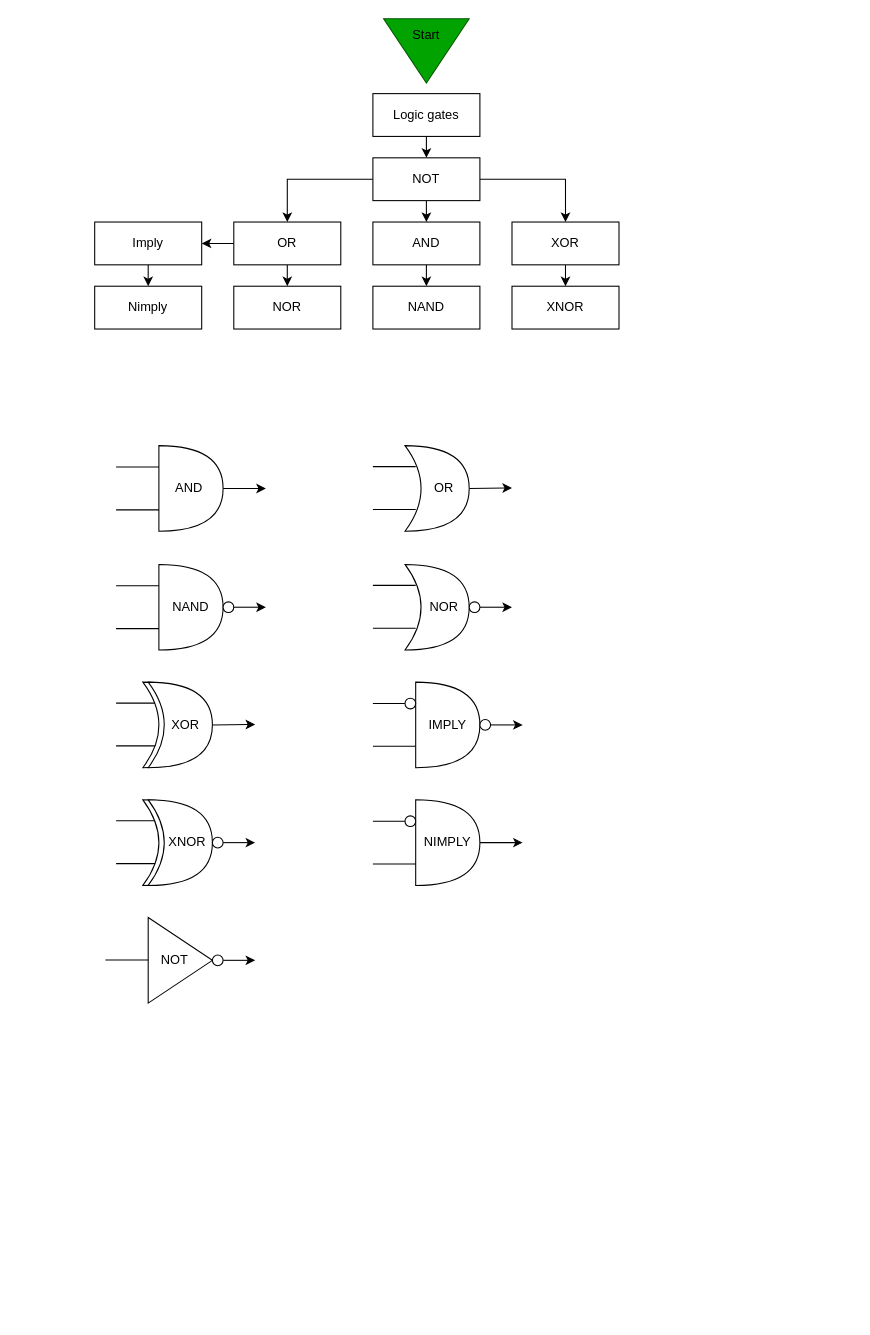
Above: page "Logic Gates" (3 of 5) of Lesson Diagram.drawio in Kuggo/UnivOREsity (draw.io), before the change. Source tidied: cells renumbered, new cells numbered last; positions are measured from the earlier drawing's top-left corner, leaving out a move shared by most shapes. Both pictures are drawn from the tidied source at 107%, with x=0, y=0 at pixel (94, 7).
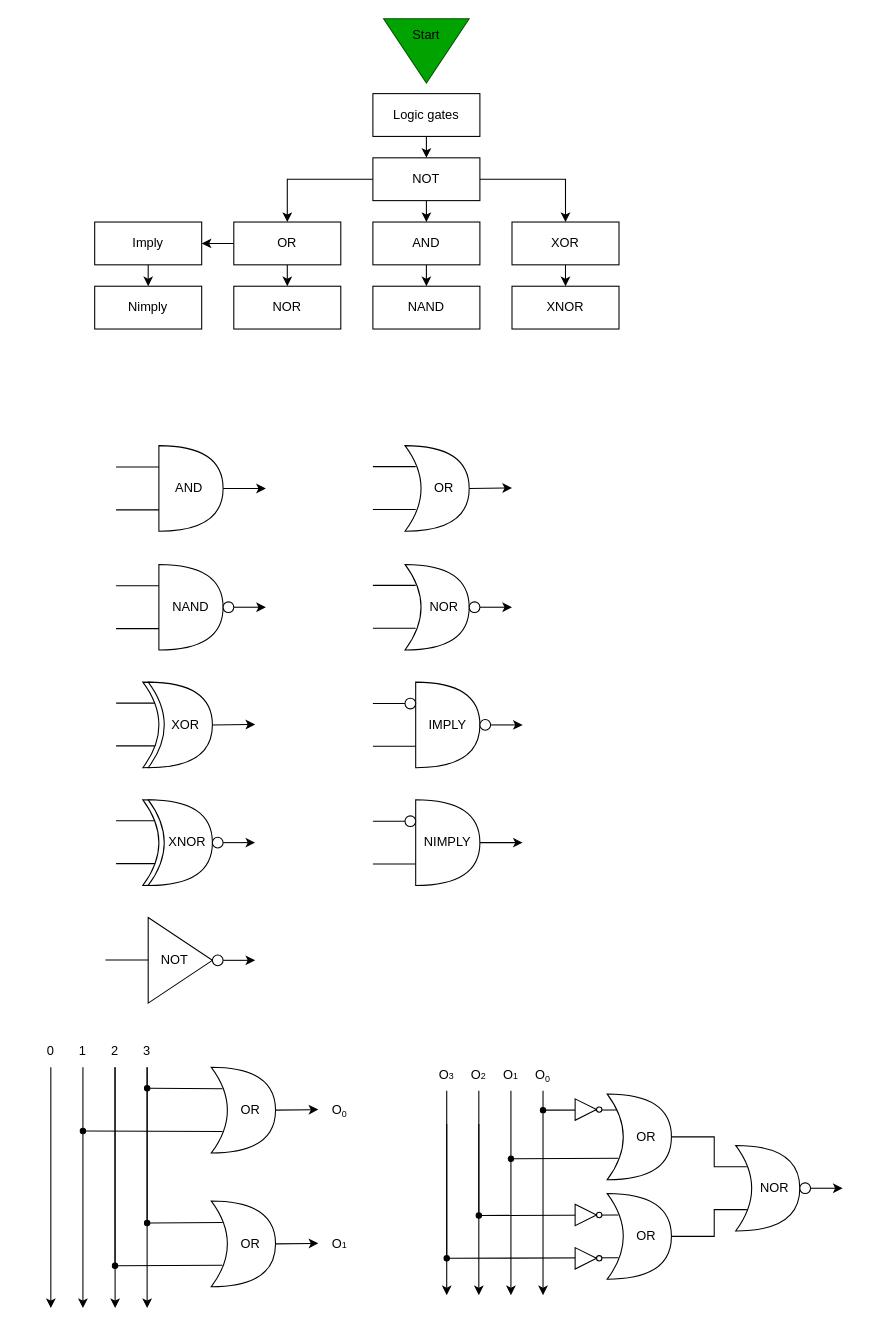
Above is the later version.

The edit, as a diff of the source:
```diff
@@
+    <mxCell id="67" style="edgeStyle=orthogonalEdgeStyle;rounded=0;jettySize=auto;html=1;exitX=1;exitY=0.5;exitDx=0;exitDy=0;exitPerimeter=0;" parent="1" edge="1" source="68">
+      <mxGeometry relative="1" as="geometry">
+        <mxPoint x="209" y="1029.5" as="targetPoint" />
+      </mxGeometry>
+    </mxCell>
+    <mxCell id="68" value="&amp;nbsp; &amp;nbsp; OR" style="shape=xor;whiteSpace=wrap;html=1;" parent="1" vertex="1">
+      <mxGeometry x="109" y="990" width="60" height="80" as="geometry" />
+    </mxCell>
+    <mxCell id="69" style="edgeStyle=orthogonalEdgeStyle;rounded=0;jettySize=auto;html=1;" parent="1" edge="1" source="70">
+      <mxGeometry relative="1" as="geometry">
+        <mxPoint x="-41" y="1215" as="targetPoint" />
+      </mxGeometry>
+    </mxCell>
+    <mxCell id="70" value="0" style="text;html=1;strokeColor=none;fillColor=none;align=center;verticalAlign=middle;whiteSpace=wrap;rounded=0;" parent="1" vertex="1">
+      <mxGeometry x="-71" y="960" width="60" height="30" as="geometry" />
+    </mxCell>
+    <mxCell id="71" style="edgeStyle=orthogonalEdgeStyle;rounded=0;jettySize=auto;html=1;startArrow=none;" parent="1" edge="1" source="80">
+      <mxGeometry relative="1" as="geometry">
+        <mxPoint x="-11" y="1215" as="targetPoint" />
+      </mxGeometry>
+    </mxCell>
+    <mxCell id="72" value="1" style="text;html=1;strokeColor=none;fillColor=none;align=center;verticalAlign=middle;whiteSpace=wrap;rounded=0;" parent="1" vertex="1">
+      <mxGeometry x="-41" y="960" width="60" height="30" as="geometry" />
+    </mxCell>
+    <mxCell id="73" value="2" style="text;html=1;strokeColor=none;fillColor=none;align=center;verticalAlign=middle;whiteSpace=wrap;rounded=0;" parent="1" vertex="1">
+      <mxGeometry x="-11" y="960" width="60" height="30" as="geometry" />
+    </mxCell>
+    <mxCell id="74" style="edgeStyle=orthogonalEdgeStyle;rounded=0;jettySize=auto;html=1;exitX=0;exitY=1;exitDx=0;exitDy=0;" parent="1" edge="1" source="76">
+      <mxGeometry relative="1" as="geometry">
+        <mxPoint x="19.1" y="1215" as="targetPoint" />
+      </mxGeometry>
+    </mxCell>
+    <mxCell id="75" style="edgeStyle=orthogonalEdgeStyle;rounded=0;jettySize=auto;html=1;" parent="1" edge="1" source="76">
+      <mxGeometry relative="1" as="geometry">
+        <mxPoint x="49" y="1215" as="targetPoint" />
+      </mxGeometry>
+    </mxCell>
+    <mxCell id="76" value="3" style="text;html=1;strokeColor=none;fillColor=none;align=center;verticalAlign=middle;whiteSpace=wrap;rounded=0;" parent="1" vertex="1">
+      <mxGeometry x="19" y="960" width="60" height="30" as="geometry" />
+    </mxCell>
+    <mxCell id="77" style="edgeStyle=orthogonalEdgeStyle;rounded=0;jettySize=auto;html=1;exitX=1;exitY=0.5;exitDx=0;exitDy=0;exitPerimeter=0;" parent="1" edge="1" source="78">
+      <mxGeometry relative="1" as="geometry">
+        <mxPoint x="209" y="1154.5" as="targetPoint" />
+      </mxGeometry>
+    </mxCell>
+    <mxCell id="78" value="&amp;nbsp; &amp;nbsp; OR" style="shape=xor;whiteSpace=wrap;html=1;" parent="1" vertex="1">
+      <mxGeometry x="109" y="1115" width="60" height="80" as="geometry" />
+    </mxCell>
+    <mxCell id="79" style="edgeStyle=orthogonalEdgeStyle;rounded=0;jettySize=auto;html=1;endArrow=none;" parent="1" edge="1" source="72" target="80">
+      <mxGeometry relative="1" as="geometry" />
+    </mxCell>
+    <mxCell id="80" style="ellipse;whiteSpace=wrap;html=1;labelBackgroundColor=none;fillColor=#000000;" parent="1" vertex="1">
+      <mxGeometry x="-13.5" y="1047" width="5" height="5" as="geometry" />
+    </mxCell>
+    <mxCell id="81" style="edgeStyle=orthogonalEdgeStyle;rounded=0;jettySize=auto;html=1;entryX=0.175;entryY=0.25;entryDx=0;entryDy=0;entryPerimeter=0;endArrow=none;" parent="1" edge="1" source="76" target="83">
+      <mxGeometry relative="1" as="geometry">
+        <Array as="points">
+          <mxPoint x="49" y="1136" />
+        </Array>
+      </mxGeometry>
+    </mxCell>
+    <mxCell id="82" style="ellipse;whiteSpace=wrap;html=1;fillColor=#000000;" parent="1" vertex="1">
+      <mxGeometry x="46.5" y="1007" width="5" height="5" as="geometry" />
+    </mxCell>
+    <mxCell id="83" style="ellipse;whiteSpace=wrap;html=1;fillColor=#000000;" parent="1" vertex="1">
+      <mxGeometry x="46.5" y="1133" width="5" height="5" as="geometry" />
+    </mxCell>
+    <mxCell id="84" style="edgeStyle=orthogonalEdgeStyle;rounded=0;jettySize=auto;html=1;entryX=0.5;entryY=0;entryDx=0;entryDy=0;endArrow=none;" parent="1" edge="1" source="73" target="85">
+      <mxGeometry relative="1" as="geometry" />
+    </mxCell>
+    <mxCell id="85" style="ellipse;whiteSpace=wrap;html=1;fillColor=#000000;" parent="1" vertex="1">
+      <mxGeometry x="16.5" y="1173" width="5" height="5" as="geometry" />
+    </mxCell>
+    <mxCell id="86" value="O&lt;span style=&quot;font-size: 10px;&quot;&gt;&lt;sub&gt;0&lt;/sub&gt;&lt;/span&gt;" style="text;html=1;strokeColor=none;fillColor=none;align=center;verticalAlign=middle;whiteSpace=wrap;rounded=0;" parent="1" vertex="1">
+      <mxGeometry x="199" y="1015" width="60" height="30" as="geometry" />
+    </mxCell>
+    <mxCell id="87" value="O&lt;span style=&quot;font-size: 8.33333px;&quot;&gt;1&lt;/span&gt;" style="text;html=1;strokeColor=none;fillColor=none;align=center;verticalAlign=middle;whiteSpace=wrap;rounded=0;" parent="1" vertex="1">
+      <mxGeometry x="199" y="1140" width="60" height="30" as="geometry" />
+    </mxCell>
+    <mxCell id="88" value="&amp;nbsp; &amp;nbsp; NOR" style="shape=xor;whiteSpace=wrap;html=1;" parent="1" vertex="1">
+      <mxGeometry x="599" y="1063" width="60" height="80" as="geometry" />
+    </mxCell>
+    <mxCell id="89" style="endArrow=none;html=1;rounded=0;entryX=0.175;entryY=0.75;entryDx=0;entryDy=0;entryPerimeter=0;exitX=1;exitY=0.5;exitDx=0;exitDy=0;exitPerimeter=0;" parent="1" edge="1" source="94" target="88">
+      <mxGeometry relative="1" as="geometry">
+        <Array as="points">
+          <mxPoint x="579" y="1148" />
+          <mxPoint x="579" y="1123" />
+        </Array>
+      </mxGeometry>
+    </mxCell>
+    <mxCell id="90" style="endArrow=none;html=1;rounded=0;exitX=1;exitY=0.5;exitDx=0;exitDy=0;exitPerimeter=0;entryX=0.175;entryY=0.25;entryDx=0;entryDy=0;entryPerimeter=0;" parent="1" edge="1" source="93" target="88">
+      <mxGeometry relative="1" as="geometry">
+        <Array as="points">
+          <mxPoint x="579" y="1055" />
+          <mxPoint x="579" y="1083" />
+        </Array>
+      </mxGeometry>
+    </mxCell>
+    <mxCell id="91" style="edgeStyle=orthogonalEdgeStyle;rounded=0;jettySize=auto;html=1;exitX=1;exitY=0.5;exitDx=0;exitDy=0;exitPerimeter=0;startArrow=none;" parent="1" edge="1" source="92">
+      <mxGeometry relative="1" as="geometry">
+        <mxPoint x="699" y="1103" as="targetPoint" />
+      </mxGeometry>
+    </mxCell>
+    <mxCell id="92" style="ellipse;whiteSpace=wrap;html=1;" parent="1" vertex="1">
+      <mxGeometry x="659" y="1098" width="10" height="10" as="geometry" />
+    </mxCell>
+    <mxCell id="93" value="&amp;nbsp; &amp;nbsp; OR" style="shape=xor;whiteSpace=wrap;html=1;" parent="1" vertex="1">
+      <mxGeometry x="479" y="1015" width="60" height="80" as="geometry" />
+    </mxCell>
+    <mxCell id="94" value="&amp;nbsp; &amp;nbsp; OR" style="shape=xor;whiteSpace=wrap;html=1;" parent="1" vertex="1">
+      <mxGeometry x="479" y="1108" width="60" height="80" as="geometry" />
+    </mxCell>
+    <mxCell id="95" style="endArrow=none;html=1;rounded=0;exitX=1;exitY=0.5;exitDx=0;exitDy=0;entryX=0.175;entryY=0.25;entryDx=0;entryDy=0;entryPerimeter=0;" parent="1" edge="1" source="82" target="68">
+      <mxGeometry relative="1" as="geometry" />
+    </mxCell>
+    <mxCell id="96" style="endArrow=none;html=1;rounded=0;exitX=1;exitY=0.5;exitDx=0;exitDy=0;entryX=0.175;entryY=0.75;entryDx=0;entryDy=0;entryPerimeter=0;" parent="1" edge="1" source="80" target="68">
+      <mxGeometry relative="1" as="geometry" />
+    </mxCell>
+    <mxCell id="97" style="endArrow=none;html=1;rounded=0;exitX=1;exitY=0.5;exitDx=0;exitDy=0;entryX=0.175;entryY=0.25;entryDx=0;entryDy=0;entryPerimeter=0;" parent="1" edge="1" source="83" target="78">
+      <mxGeometry relative="1" as="geometry" />
+    </mxCell>
+    <mxCell id="98" style="endArrow=none;html=1;rounded=0;exitX=1;exitY=0.5;exitDx=0;exitDy=0;entryX=0.175;entryY=0.75;entryDx=0;entryDy=0;entryPerimeter=0;" parent="1" edge="1" source="85" target="78">
+      <mxGeometry relative="1" as="geometry" />
+    </mxCell>
+    <mxCell id="99" style="edgeStyle=orthogonalEdgeStyle;rounded=0;jettySize=auto;html=1;startArrow=none;exitX=0.5;exitY=1;exitDx=0;exitDy=0;" parent="1" edge="1" source="107">
+      <mxGeometry relative="1" as="geometry">
+        <mxPoint x="419" y="1203" as="targetPoint" />
+      </mxGeometry>
+    </mxCell>
+    <mxCell id="100" value="O&lt;span style=&quot;font-size: 10px;&quot;&gt;&lt;sub&gt;0&lt;/sub&gt;&lt;/span&gt;" style="text;html=1;strokeColor=none;fillColor=none;align=center;verticalAlign=middle;whiteSpace=wrap;rounded=0;" parent="1" vertex="1">
+      <mxGeometry x="389" y="982" width="60" height="30" as="geometry" />
+    </mxCell>
+    <mxCell id="101" style="edgeStyle=orthogonalEdgeStyle;rounded=0;jettySize=auto;html=1;startArrow=none;exitX=0.5;exitY=1;exitDx=0;exitDy=0;" parent="1" edge="1" source="109">
+      <mxGeometry relative="1" as="geometry">
+        <mxPoint x="389" y="1203" as="targetPoint" />
+      </mxGeometry>
+    </mxCell>
+    <mxCell id="102" value="O&lt;span style=&quot;font-size: 8.33333px;&quot;&gt;1&lt;/span&gt;" style="text;html=1;strokeColor=none;fillColor=none;align=center;verticalAlign=middle;whiteSpace=wrap;rounded=0;" parent="1" vertex="1">
+      <mxGeometry x="359" y="982" width="60" height="30" as="geometry" />
+    </mxCell>
+    <mxCell id="103" style="endArrow=none;html=1;rounded=0;exitX=1;exitY=0.5;exitDx=0;exitDy=0;entryX=0.148;entryY=0.185;entryDx=0;entryDy=0;entryPerimeter=0;startArrow=none;" parent="1" edge="1" source="107" target="93">
+      <mxGeometry relative="1" as="geometry" />
+    </mxCell>
+    <mxCell id="104" value="O&lt;span style=&quot;font-size: 8.33333px;&quot;&gt;2&lt;/span&gt;" style="text;html=1;strokeColor=none;fillColor=none;align=center;verticalAlign=middle;whiteSpace=wrap;rounded=0;" parent="1" vertex="1">
+      <mxGeometry x="329" y="982" width="60" height="30" as="geometry" />
+    </mxCell>
+    <mxCell id="105" value="O&lt;span style=&quot;font-size: 8.33333px;&quot;&gt;3&lt;/span&gt;" style="text;html=1;strokeColor=none;fillColor=none;align=center;verticalAlign=middle;whiteSpace=wrap;rounded=0;" parent="1" vertex="1">
+      <mxGeometry x="299" y="982" width="60" height="30" as="geometry" />
+    </mxCell>
+    <mxCell id="106" style="edgeStyle=orthogonalEdgeStyle;rounded=0;jettySize=auto;html=1;endArrow=none;entryX=0.5;entryY=0;entryDx=0;entryDy=0;" parent="1" edge="1" target="107">
+      <mxGeometry relative="1" as="geometry">
+        <mxPoint x="419" y="1012" as="sourcePoint" />
+      </mxGeometry>
+    </mxCell>
+    <mxCell id="107" style="ellipse;whiteSpace=wrap;html=1;fillColor=#000000;" parent="1" vertex="1">
+      <mxGeometry x="416.5" y="1027.5" width="5" height="5" as="geometry" />
+    </mxCell>
+    <mxCell id="108" style="edgeStyle=orthogonalEdgeStyle;rounded=0;jettySize=auto;html=1;endArrow=none;entryX=0.5;entryY=0;entryDx=0;entryDy=0;" parent="1" edge="1" source="102" target="109">
+      <mxGeometry relative="1" as="geometry">
+        <Array as="points">
+          <mxPoint x="389" y="1023" />
+          <mxPoint x="389" y="1023" />
+        </Array>
+      </mxGeometry>
+    </mxCell>
+    <mxCell id="109" style="ellipse;whiteSpace=wrap;html=1;fillColor=#000000;" parent="1" vertex="1">
+      <mxGeometry x="386.5" y="1073" width="5" height="5" as="geometry" />
+    </mxCell>
+    <mxCell id="110" style="edgeStyle=orthogonalEdgeStyle;rounded=0;jettySize=auto;html=1;startArrow=none;exitX=0.5;exitY=1;exitDx=0;exitDy=0;" parent="1" edge="1" source="112">
+      <mxGeometry relative="1" as="geometry">
+        <mxPoint x="359" y="1203" as="targetPoint" />
+        <Array as="points">
+          <mxPoint x="359" y="1043" />
+          <mxPoint x="359" y="1043" />
+        </Array>
+      </mxGeometry>
+    </mxCell>
+    <mxCell id="111" style="edgeStyle=orthogonalEdgeStyle;rounded=0;jettySize=auto;html=1;endArrow=none;entryX=0.5;entryY=0;entryDx=0;entryDy=0;" parent="1" edge="1" target="112">
+      <mxGeometry relative="1" as="geometry">
+        <mxPoint x="359" y="1012" as="sourcePoint" />
+        <Array as="points">
+          <mxPoint x="359" y="1023" />
+          <mxPoint x="359" y="1023" />
+        </Array>
+      </mxGeometry>
+    </mxCell>
+    <mxCell id="112" style="ellipse;whiteSpace=wrap;html=1;fillColor=#000000;" parent="1" vertex="1">
+      <mxGeometry x="356.5" y="1126" width="5" height="5" as="geometry" />
+    </mxCell>
+    <mxCell id="113" style="edgeStyle=orthogonalEdgeStyle;rounded=0;jettySize=auto;html=1;startArrow=none;exitX=0.5;exitY=1;exitDx=0;exitDy=0;" parent="1" edge="1" source="115">
+      <mxGeometry relative="1" as="geometry">
+        <mxPoint x="329" y="1203" as="targetPoint" />
+        <Array as="points">
+          <mxPoint x="329" y="1043" />
+          <mxPoint x="329" y="1043" />
+        </Array>
+      </mxGeometry>
+    </mxCell>
+    <mxCell id="114" style="edgeStyle=orthogonalEdgeStyle;rounded=0;jettySize=auto;html=1;endArrow=none;entryX=0.5;entryY=0;entryDx=0;entryDy=0;" parent="1" edge="1" target="115">
+      <mxGeometry relative="1" as="geometry">
+        <mxPoint x="329" y="1012" as="sourcePoint" />
+        <Array as="points">
+          <mxPoint x="329" y="1023" />
+          <mxPoint x="329" y="1023" />
+        </Array>
+      </mxGeometry>
+    </mxCell>
+    <mxCell id="115" style="ellipse;whiteSpace=wrap;html=1;fillColor=#000000;" parent="1" vertex="1">
+      <mxGeometry x="326.5" y="1166" width="5" height="5" as="geometry" />
+    </mxCell>
+    <mxCell id="116" style="endArrow=none;html=1;rounded=0;exitX=1;exitY=0.5;exitDx=0;exitDy=0;startArrow=none;entryX=0.175;entryY=0.75;entryDx=0;entryDy=0;entryPerimeter=0;" parent="1" edge="1" source="109" target="93">
+      <mxGeometry relative="1" as="geometry" />
+    </mxCell>
+    <mxCell id="117" style="endArrow=none;html=1;rounded=0;exitX=1;exitY=0.5;exitDx=0;exitDy=0;startArrow=none;entryX=0.175;entryY=0.25;entryDx=0;entryDy=0;entryPerimeter=0;" parent="1" edge="1" source="112" target="94">
+      <mxGeometry relative="1" as="geometry" />
+    </mxCell>
+    <mxCell id="118" style="endArrow=none;html=1;rounded=0;exitX=1;exitY=0.5;exitDx=0;exitDy=0;startArrow=none;entryX=0.175;entryY=0.75;entryDx=0;entryDy=0;entryPerimeter=0;" parent="1" edge="1" source="115" target="94">
+      <mxGeometry relative="1" as="geometry" />
+    </mxCell>
+    <mxCell id="119" value="&lt;p style=&quot;line-height: 120%;&quot;&gt;&lt;br&gt;&lt;/p&gt;" style="triangle;whiteSpace=wrap;html=1;align=center;" parent="1" vertex="1">
+      <mxGeometry x="449" y="1158.5" width="20" height="20" as="geometry" />
+    </mxCell>
+    <mxCell id="120" style="ellipse;whiteSpace=wrap;html=1;" parent="1" vertex="1">
+      <mxGeometry x="469" y="1166" width="5" height="5" as="geometry" />
+    </mxCell>
+    <mxCell id="121" value="&lt;p style=&quot;line-height: 120%;&quot;&gt;&lt;br&gt;&lt;/p&gt;" style="triangle;whiteSpace=wrap;html=1;align=center;" parent="1" vertex="1">
+      <mxGeometry x="449" y="1019.5" width="20" height="20" as="geometry" />
+    </mxCell>
+    <mxCell id="122" style="ellipse;whiteSpace=wrap;html=1;" parent="1" vertex="1">
+      <mxGeometry x="469" y="1027" width="5" height="5" as="geometry" />
+    </mxCell>
+    <mxCell id="123" value="&lt;p style=&quot;line-height: 120%;&quot;&gt;&lt;br&gt;&lt;/p&gt;" style="triangle;whiteSpace=wrap;html=1;align=center;" parent="1" vertex="1">
+      <mxGeometry x="449" y="1118" width="20" height="20" as="geometry" />
+    </mxCell>
+    <mxCell id="124" style="ellipse;whiteSpace=wrap;html=1;" parent="1" vertex="1">
+      <mxGeometry x="469" y="1125.5" width="5" height="5" as="geometry" />
+    </mxCell>
```
